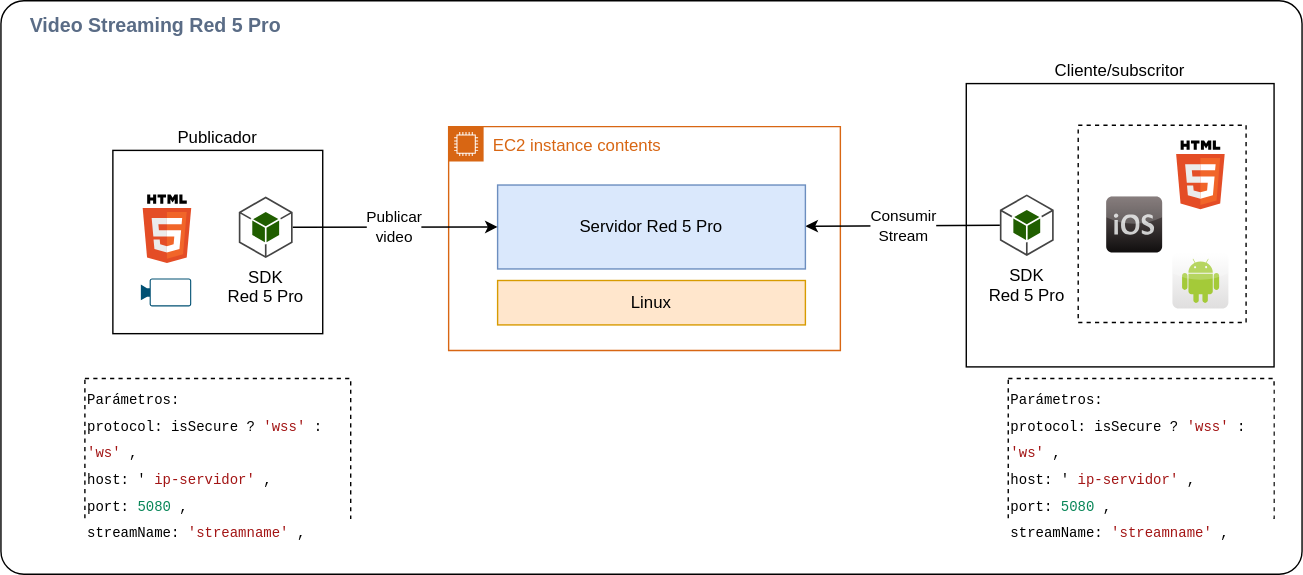
Before: img/diagrama-componentes.drawio.svg, a diagram exported from draw.io (omarnoriega/test-red5pro). Source tidied: cells renumbered, new cells last; positions are measured from the earlier drawing's top-left corner, leaving out a move shared by most shapes.
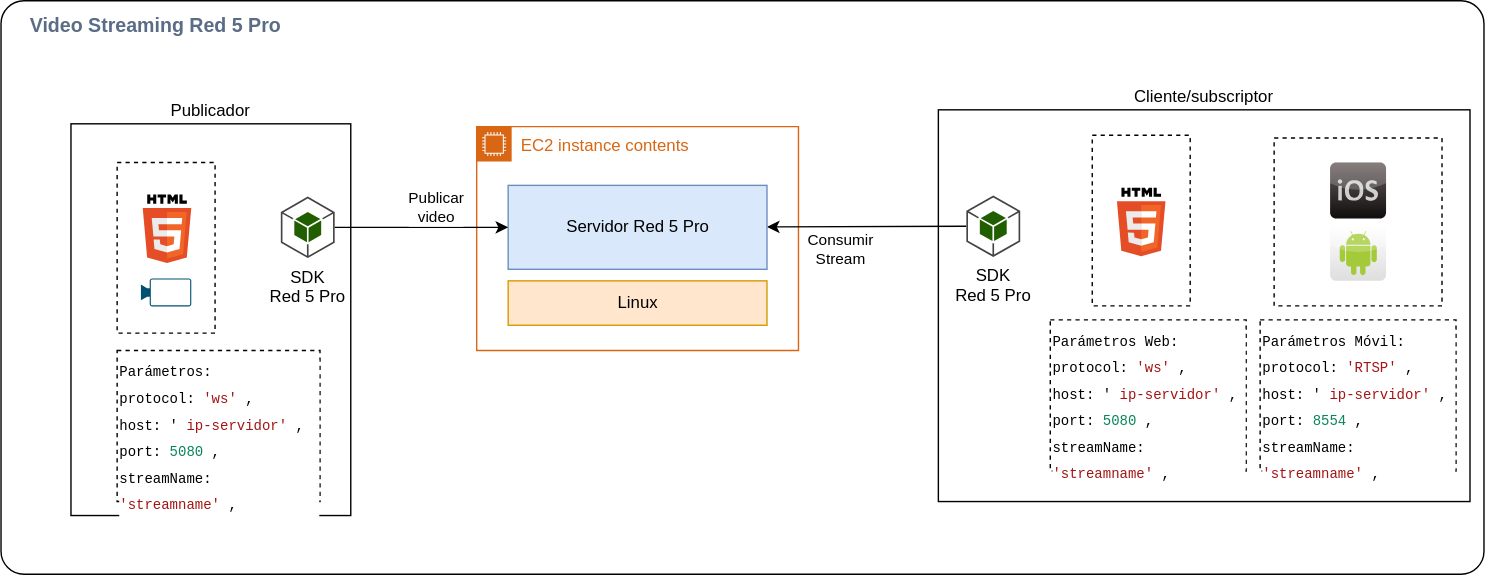
After the commit.

Commit message:
update diagram for app mobile

Change to the diagram source:
```diff
@@ -3,61 +3,72 @@
     <mxCell id="0" />
     <mxCell id="1" parent="0" />
     <mxCell id="2" style="rounded=1;whiteSpace=wrap;html=1;fontSize=8;arcSize=4;" parent="1" vertex="1">
-      <mxGeometry width="930" height="410" as="geometry" />
+      <mxGeometry width="1060" height="410" as="geometry" />
     </mxCell>
-    <mxCell id="3" value="Cliente/subscritor" style="rounded=0;whiteSpace=wrap;html=1;labelPosition=center;verticalLabelPosition=top;align=center;verticalAlign=bottom;" parent="1" vertex="1">
-      <mxGeometry x="690" y="59.2" width="220" height="202.5" as="geometry" />
+    <mxCell id="3" value="Cliente/subscriptor" style="rounded=0;whiteSpace=wrap;html=1;labelPosition=center;verticalLabelPosition=top;align=center;verticalAlign=bottom;" parent="1" vertex="1">
+      <mxGeometry x="670" y="78" width="380" height="280" as="geometry" />
     </mxCell>
+    <mxCell id="21" style="rounded=0;whiteSpace=wrap;html=1;dashed=1;fontSize=10;strokeColor=#000000;fillColor=none;" parent="1" vertex="1">
+      <mxGeometry x="780" y="96.1" width="70" height="122" as="geometry" />
+    </mxCell>
+    <mxCell id="22" style="rounded=0;whiteSpace=wrap;html=1;dashed=1;fontSize=10;strokeColor=#000000;fillColor=none;" parent="1" vertex="1">
+      <mxGeometry x="910" y="98.1" width="120" height="120" as="geometry" />
+    </mxCell>
     <mxCell id="4" value="Publicador" style="rounded=0;whiteSpace=wrap;html=1;labelPosition=center;verticalLabelPosition=top;align=center;verticalAlign=bottom;" parent="1" vertex="1">
-      <mxGeometry x="80" y="107" width="150" height="131" as="geometry" />
+      <mxGeometry x="50" y="88" width="200" height="280" as="geometry" />
     </mxCell>
     <mxCell id="5" value="EC2 instance contents" style="gradientColor=none;html=1;whiteSpace=wrap;fontSize=12;fontStyle=0;shape=mxgraph.aws4.group;grIcon=mxgraph.aws4.group_ec2_instance_contents;strokeColor=#D86613;fillColor=none;verticalAlign=top;align=left;spacingLeft=30;fontColor=#D86613;dashed=0;" parent="1" vertex="1">
-      <mxGeometry x="320" y="90" width="280" height="160" as="geometry" />
+      <mxGeometry x="340" y="90" width="230" height="160" as="geometry" />
     </mxCell>
     <mxCell id="6" value="Linux" style="rounded=0;whiteSpace=wrap;html=1;fillColor=#ffe6cc;strokeColor=#d79b00;" parent="1" vertex="1">
-      <mxGeometry x="355" y="200" width="220" height="31.8" as="geometry" />
+      <mxGeometry x="362.5" y="200.2" width="185" height="31.8" as="geometry" />
     </mxCell>
     <mxCell id="7" value="Consumir&lt;br&gt;Stream" style="edgeStyle=none;html=1;entryX=0;entryY=0.5;entryDx=0;entryDy=0;entryPerimeter=0;startArrow=classic;startFill=1;endArrow=none;endFill=0;" parent="1" edge="1" source="8" target="15">
-      <mxGeometry relative="1" as="geometry" />
+      <mxGeometry x="-0.26" y="-16" relative="1" as="geometry" />
     </mxCell>
     <mxCell id="8" value="Servidor Red 5 Pro" style="rounded=0;whiteSpace=wrap;html=1;fillColor=#dae8fc;strokeColor=#6c8ebf;" parent="1" vertex="1">
-      <mxGeometry x="355" y="131.8" width="220" height="60" as="geometry" />
+      <mxGeometry x="362.5" y="132" width="185" height="60" as="geometry" />
     </mxCell>
     <mxCell id="9" value="Video Streaming Red 5 Pro" style="text;html=1;align=left;verticalAlign=middle;strokeColor=none;fontSize=14;fontColor=#5A6C86;fontStyle=1;" parent="1" vertex="1">
       <mxGeometry x="18.5" y="8" width="190" height="20" as="geometry" />
     </mxCell>
     <mxCell id="10" value="Publicar&lt;br&gt;video" style="edgeStyle=none;html=1;entryX=0;entryY=0.5;entryDx=0;entryDy=0;" parent="1" edge="1" source="11" target="8">
-      <mxGeometry relative="1" as="geometry" />
+      <mxGeometry x="0.15" y="14" relative="1" as="geometry">
+        <mxPoint x="1" as="offset" />
+      </mxGeometry>
     </mxCell>
     <mxCell id="11" value="SDK&lt;br&gt;Red 5 Pro" style="outlineConnect=0;dashed=0;verticalLabelPosition=bottom;verticalAlign=top;align=center;html=1;shape=mxgraph.aws3.android;fillColor=#205E00;gradientColor=none;" parent="1" vertex="1">
-      <mxGeometry x="170" y="140" width="38.5" height="44" as="geometry" />
+      <mxGeometry x="200" y="140" width="38.5" height="44" as="geometry" />
     </mxCell>
     <mxCell id="12" style="dashed=0;html=1;align=center;labelPosition=center;verticalLabelPosition=bottom;verticalAlign=top;shape=mxgraph.weblogos.html5;" parent="1" vertex="1">
       <mxGeometry x="101.3" y="138.5" width="34.7" height="49" as="geometry" />
     </mxCell>
-    <mxCell id="13" value="&lt;div style=&quot;color: rgb(0, 0, 0); background-color: rgb(255, 255, 255); font-family: consolas, &amp;quot;courier new&amp;quot;, monospace; font-weight: normal; font-size: 10px; line-height: 19px;&quot;&gt;&lt;div style=&quot;font-size: 10px;&quot;&gt;&lt;span style=&quot;color: rgb(0, 0, 0); font-size: 10px;&quot;&gt;Parámetros:&lt;/span&gt;&lt;/div&gt;&lt;div style=&quot;font-size: 10px;&quot;&gt;&lt;div style=&quot;font-family: consolas, &amp;quot;courier new&amp;quot;, monospace; line-height: 19px; font-size: 10px;&quot;&gt;protocol: isSecure ? &lt;span style=&quot;color: rgb(163, 21, 21); font-size: 10px;&quot;&gt;'wss'&lt;/span&gt;:&lt;span style=&quot;color: rgb(163, 21, 21); font-size: 10px;&quot;&gt;'ws'&lt;/span&gt;,&lt;/div&gt;&lt;/div&gt;&lt;div style=&quot;font-size: 10px;&quot;&gt;&lt;span style=&quot;color: rgb(0, 0, 0); font-size: 10px;&quot;&gt;host: '&lt;/span&gt;&lt;span style=&quot;color: rgb(163, 21, 21); font-size: 10px;&quot;&gt;ip-servidor'&lt;/span&gt;&lt;span style=&quot;color: rgb(0, 0, 0); font-size: 10px;&quot;&gt;,&lt;/span&gt;&lt;/div&gt;&lt;div style=&quot;font-size: 10px;&quot;&gt;&lt;span style=&quot;color: rgb(0, 0, 0); font-size: 10px;&quot;&gt;port: &lt;/span&gt;&lt;span style=&quot;color: rgb(9, 134, 88); font-size: 10px;&quot;&gt;5080&lt;/span&gt;&lt;span style=&quot;color: rgb(0, 0, 0); font-size: 10px;&quot;&gt;,&lt;/span&gt;&lt;/div&gt;&lt;div style=&quot;font-size: 10px;&quot;&gt;streamName: &lt;span style=&quot;color: rgb(163, 21, 21); font-size: 10px;&quot;&gt;'streamname'&lt;/span&gt;,&lt;br style=&quot;font-size: 10px;&quot;&gt;&lt;/div&gt;&lt;/div&gt;" style="text;whiteSpace=wrap;html=1;dashed=1;strokeColor=#000000;fontSize=10;" parent="1" vertex="1">
-      <mxGeometry x="60" y="270" width="190" height="100" as="geometry" />
+    <mxCell id="13" value="&lt;div style=&quot;color: rgb(0 , 0 , 0) ; background-color: rgb(255 , 255 , 255) ; font-family: &amp;#34;consolas&amp;#34; , &amp;#34;courier new&amp;#34; , monospace ; font-weight: normal ; font-size: 10px ; line-height: 19px&quot;&gt;&lt;div style=&quot;font-size: 10px&quot;&gt;&lt;span style=&quot;color: rgb(0 , 0 , 0) ; font-size: 10px&quot;&gt;Parámetros:&lt;/span&gt;&lt;/div&gt;&lt;div style=&quot;font-size: 10px&quot;&gt;&lt;div style=&quot;font-family: &amp;#34;consolas&amp;#34; , &amp;#34;courier new&amp;#34; , monospace ; line-height: 19px ; font-size: 10px&quot;&gt;protocol:&lt;span style=&quot;color: rgb(163 , 21 , 21) ; font-size: 10px&quot;&gt;'ws'&lt;/span&gt;,&lt;/div&gt;&lt;/div&gt;&lt;div style=&quot;font-size: 10px&quot;&gt;&lt;span style=&quot;color: rgb(0 , 0 , 0) ; font-size: 10px&quot;&gt;host: '&lt;/span&gt;&lt;span style=&quot;color: rgb(163 , 21 , 21) ; font-size: 10px&quot;&gt;ip-servidor'&lt;/span&gt;&lt;span style=&quot;color: rgb(0 , 0 , 0) ; font-size: 10px&quot;&gt;,&lt;/span&gt;&lt;/div&gt;&lt;div style=&quot;font-size: 10px&quot;&gt;&lt;span style=&quot;color: rgb(0 , 0 , 0) ; font-size: 10px&quot;&gt;port: &lt;/span&gt;&lt;span style=&quot;color: rgb(9 , 134 , 88) ; font-size: 10px&quot;&gt;5080&lt;/span&gt;&lt;span style=&quot;color: rgb(0 , 0 , 0) ; font-size: 10px&quot;&gt;,&lt;/span&gt;&lt;/div&gt;&lt;div style=&quot;font-size: 10px&quot;&gt;streamName: &lt;span style=&quot;color: rgb(163 , 21 , 21) ; font-size: 10px&quot;&gt;'streamname'&lt;/span&gt;,&lt;br style=&quot;font-size: 10px&quot;&gt;&lt;/div&gt;&lt;/div&gt;" style="text;whiteSpace=wrap;html=1;dashed=1;strokeColor=#000000;fontSize=10;" parent="1" vertex="1">
+      <mxGeometry x="83" y="250" width="145" height="108" as="geometry" />
     </mxCell>
     <mxCell id="14" style="verticalLabelPosition=bottom;html=1;verticalAlign=top;align=center;shape=mxgraph.cisco19.camera;fillColor=#005073;strokeColor=none;" parent="1" vertex="1">
       <mxGeometry x="100" y="198.5" width="36" height="20" as="geometry" />
     </mxCell>
     <mxCell id="15" value="SDK&lt;br&gt;Red 5 Pro" style="outlineConnect=0;dashed=0;verticalLabelPosition=bottom;verticalAlign=top;align=center;html=1;shape=mxgraph.aws3.android;fillColor=#205E00;gradientColor=none;" parent="1" vertex="1">
-      <mxGeometry x="714" y="138.5" width="38.5" height="44" as="geometry" />
+      <mxGeometry x="690" y="139.2" width="38.5" height="44" as="geometry" />
     </mxCell>
     <mxCell id="16" style="dashed=0;html=1;align=center;labelPosition=center;verticalLabelPosition=bottom;verticalAlign=top;shape=mxgraph.weblogos.html5;" parent="1" vertex="1">
-      <mxGeometry x="840" y="100" width="34.7" height="49" as="geometry" />
+      <mxGeometry x="797.6" y="133.6" width="34.7" height="49" as="geometry" />
     </mxCell>
     <mxCell id="17" style="dashed=0;html=1;align=center;labelPosition=center;verticalLabelPosition=bottom;verticalAlign=top;shape=mxgraph.webicons.ios;fillColor=#695D5D;gradientColor=#100E0E;" parent="1" vertex="1">
-      <mxGeometry x="790" y="140" width="40" height="40" as="geometry" />
+      <mxGeometry x="950" y="115.6" width="40" height="40" as="geometry" />
     </mxCell>
     <mxCell id="18" style="dashed=0;html=1;align=center;labelPosition=center;verticalLabelPosition=bottom;verticalAlign=top;shape=mxgraph.webicons.android;gradientColor=#DFDEDE;" parent="1" vertex="1">
-      <mxGeometry x="837.3" y="180" width="40" height="40" as="geometry" />
+      <mxGeometry x="950" y="160.1" width="40" height="40" as="geometry" />
     </mxCell>
-    <mxCell id="19" value="&lt;div style=&quot;color: rgb(0, 0, 0); background-color: rgb(255, 255, 255); font-family: consolas, &amp;quot;courier new&amp;quot;, monospace; font-weight: normal; font-size: 10px; line-height: 19px;&quot;&gt;&lt;div style=&quot;font-size: 10px;&quot;&gt;&lt;span style=&quot;color: rgb(0, 0, 0); font-size: 10px;&quot;&gt;Parámetros:&lt;/span&gt;&lt;/div&gt;&lt;div style=&quot;font-size: 10px;&quot;&gt;&lt;div style=&quot;font-family: consolas, &amp;quot;courier new&amp;quot;, monospace; line-height: 19px; font-size: 10px;&quot;&gt;protocol: isSecure ? &lt;span style=&quot;color: rgb(163, 21, 21); font-size: 10px;&quot;&gt;'wss'&lt;/span&gt;:&lt;span style=&quot;color: rgb(163, 21, 21); font-size: 10px;&quot;&gt;'ws'&lt;/span&gt;,&lt;/div&gt;&lt;/div&gt;&lt;div style=&quot;font-size: 10px;&quot;&gt;&lt;span style=&quot;color: rgb(0, 0, 0); font-size: 10px;&quot;&gt;host: '&lt;/span&gt;&lt;span style=&quot;color: rgb(163, 21, 21); font-size: 10px;&quot;&gt;ip-servidor'&lt;/span&gt;&lt;span style=&quot;color: rgb(0, 0, 0); font-size: 10px;&quot;&gt;,&lt;/span&gt;&lt;/div&gt;&lt;div style=&quot;font-size: 10px;&quot;&gt;&lt;span style=&quot;color: rgb(0, 0, 0); font-size: 10px;&quot;&gt;port: &lt;/span&gt;&lt;span style=&quot;color: rgb(9, 134, 88); font-size: 10px;&quot;&gt;5080&lt;/span&gt;&lt;span style=&quot;color: rgb(0, 0, 0); font-size: 10px;&quot;&gt;,&lt;/span&gt;&lt;/div&gt;&lt;div style=&quot;font-size: 10px;&quot;&gt;streamName: &lt;span style=&quot;color: rgb(163, 21, 21); font-size: 10px;&quot;&gt;'streamname'&lt;/span&gt;,&lt;br style=&quot;font-size: 10px;&quot;&gt;&lt;/div&gt;&lt;/div&gt;" style="text;whiteSpace=wrap;html=1;dashed=1;strokeColor=#000000;fontSize=10;" parent="1" vertex="1">
-      <mxGeometry x="720" y="270" width="190" height="100" as="geometry" />
+    <mxCell id="19" value="&lt;div style=&quot;color: rgb(0 , 0 , 0) ; background-color: rgb(255 , 255 , 255) ; font-family: &amp;#34;consolas&amp;#34; , &amp;#34;courier new&amp;#34; , monospace ; font-weight: normal ; font-size: 10px ; line-height: 19px&quot;&gt;&lt;div style=&quot;font-size: 10px&quot;&gt;&lt;span style=&quot;color: rgb(0 , 0 , 0) ; font-size: 10px&quot;&gt;Parámetros Web:&lt;/span&gt;&lt;/div&gt;&lt;div style=&quot;font-size: 10px&quot;&gt;&lt;div style=&quot;font-family: &amp;#34;consolas&amp;#34; , &amp;#34;courier new&amp;#34; , monospace ; line-height: 19px ; font-size: 10px&quot;&gt;protocol: &lt;span style=&quot;color: rgb(163 , 21 , 21) ; font-size: 10px&quot;&gt;'ws'&lt;/span&gt;,&lt;/div&gt;&lt;/div&gt;&lt;div style=&quot;font-size: 10px&quot;&gt;&lt;span style=&quot;color: rgb(0 , 0 , 0) ; font-size: 10px&quot;&gt;host: '&lt;/span&gt;&lt;span style=&quot;color: rgb(163 , 21 , 21) ; font-size: 10px&quot;&gt;ip-servidor'&lt;/span&gt;&lt;span style=&quot;color: rgb(0 , 0 , 0) ; font-size: 10px&quot;&gt;,&lt;/span&gt;&lt;/div&gt;&lt;div style=&quot;font-size: 10px&quot;&gt;&lt;span style=&quot;color: rgb(0 , 0 , 0) ; font-size: 10px&quot;&gt;port: &lt;/span&gt;&lt;span style=&quot;color: rgb(9 , 134 , 88) ; font-size: 10px&quot;&gt;5080&lt;/span&gt;&lt;span style=&quot;color: rgb(0 , 0 , 0) ; font-size: 10px&quot;&gt;,&lt;/span&gt;&lt;/div&gt;&lt;div style=&quot;font-size: 10px&quot;&gt;streamName: &lt;span style=&quot;color: rgb(163 , 21 , 21) ; font-size: 10px&quot;&gt;'streamname'&lt;/span&gt;,&lt;br style=&quot;font-size: 10px&quot;&gt;&lt;/div&gt;&lt;/div&gt;" style="text;whiteSpace=wrap;html=1;dashed=1;strokeColor=#000000;fontSize=10;" parent="1" vertex="1">
+      <mxGeometry x="750" y="228.1" width="140" height="108" as="geometry" />
     </mxCell>
-    <mxCell id="20" style="rounded=0;whiteSpace=wrap;html=1;dashed=1;fontSize=10;strokeColor=#000000;fillColor=none;" parent="1" vertex="1">
-      <mxGeometry x="770" y="89" width="120" height="141" as="geometry" />
-    </mxCell>
+    <mxCell id="23" value="&lt;div style=&quot;color: rgb(0 , 0 , 0) ; background-color: rgb(255 , 255 , 255) ; font-family: &amp;#34;consolas&amp;#34; , &amp;#34;courier new&amp;#34; , monospace ; font-weight: normal ; font-size: 10px ; line-height: 19px&quot;&gt;&lt;div style=&quot;font-size: 10px&quot;&gt;&lt;span style=&quot;color: rgb(0 , 0 , 0) ; font-size: 10px&quot;&gt;Parámetros Móvil:&lt;/span&gt;&lt;/div&gt;&lt;div style=&quot;font-size: 10px&quot;&gt;&lt;div style=&quot;font-family: &amp;#34;consolas&amp;#34; , &amp;#34;courier new&amp;#34; , monospace ; line-height: 19px ; font-size: 10px&quot;&gt;protocol: &lt;span style=&quot;color: rgb(163 , 21 , 21) ; font-size: 10px&quot;&gt;'RTSP'&lt;/span&gt;,&lt;/div&gt;&lt;/div&gt;&lt;div style=&quot;font-size: 10px&quot;&gt;&lt;span style=&quot;color: rgb(0 , 0 , 0) ; font-size: 10px&quot;&gt;host: '&lt;/span&gt;&lt;span style=&quot;color: rgb(163 , 21 , 21) ; font-size: 10px&quot;&gt;ip-servidor'&lt;/span&gt;&lt;span style=&quot;color: rgb(0 , 0 , 0) ; font-size: 10px&quot;&gt;,&lt;/span&gt;&lt;/div&gt;&lt;div style=&quot;font-size: 10px&quot;&gt;&lt;span style=&quot;color: rgb(0 , 0 , 0) ; font-size: 10px&quot;&gt;port: &lt;/span&gt;&lt;span style=&quot;color: rgb(9 , 134 , 88) ; font-size: 10px&quot;&gt;8554&lt;/span&gt;&lt;span style=&quot;color: rgb(0 , 0 , 0) ; font-size: 10px&quot;&gt;,&lt;/span&gt;&lt;/div&gt;&lt;div style=&quot;font-size: 10px&quot;&gt;streamName: &lt;span style=&quot;color: rgb(163 , 21 , 21) ; font-size: 10px&quot;&gt;'streamname'&lt;/span&gt;,&lt;br style=&quot;font-size: 10px&quot;&gt;&lt;/div&gt;&lt;/div&gt;" style="text;whiteSpace=wrap;html=1;dashed=1;strokeColor=#000000;fontSize=10;" parent="1" vertex="1">
+      <mxGeometry x="900" y="228.1" width="140" height="108" as="geometry" />
+    </mxCell>
+    <mxCell id="24" style="rounded=0;whiteSpace=wrap;html=1;dashed=1;fontSize=10;strokeColor=#000000;fillColor=none;" parent="1" vertex="1">
+      <mxGeometry x="83" y="115.6" width="70" height="122" as="geometry" />
+    </mxCell>
   </root>
 </mxGraphModel>
```
